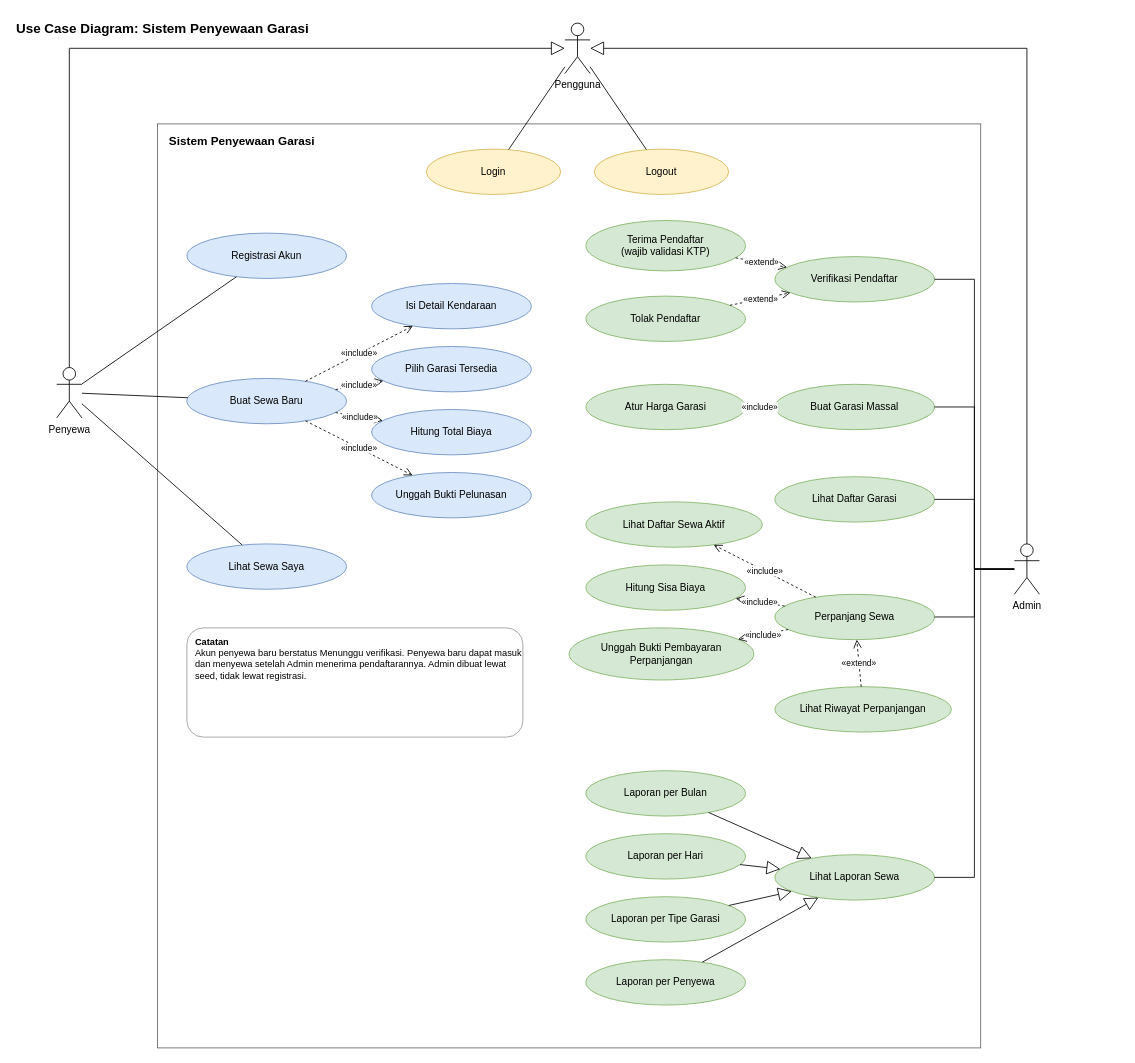
Above: docs/diagram/use-case.drawio in inikenliii/LSP_KenleyJonathan (draw.io), before the change. Source tidied: cells renumbered, new cells numbered last; positions are measured from the earlier drawing's top-left corner, leaving out a move shared by most shapes. Both pictures are drawn from the tidied source at 84%, with x=0, y=0 at pixel (14, 14).
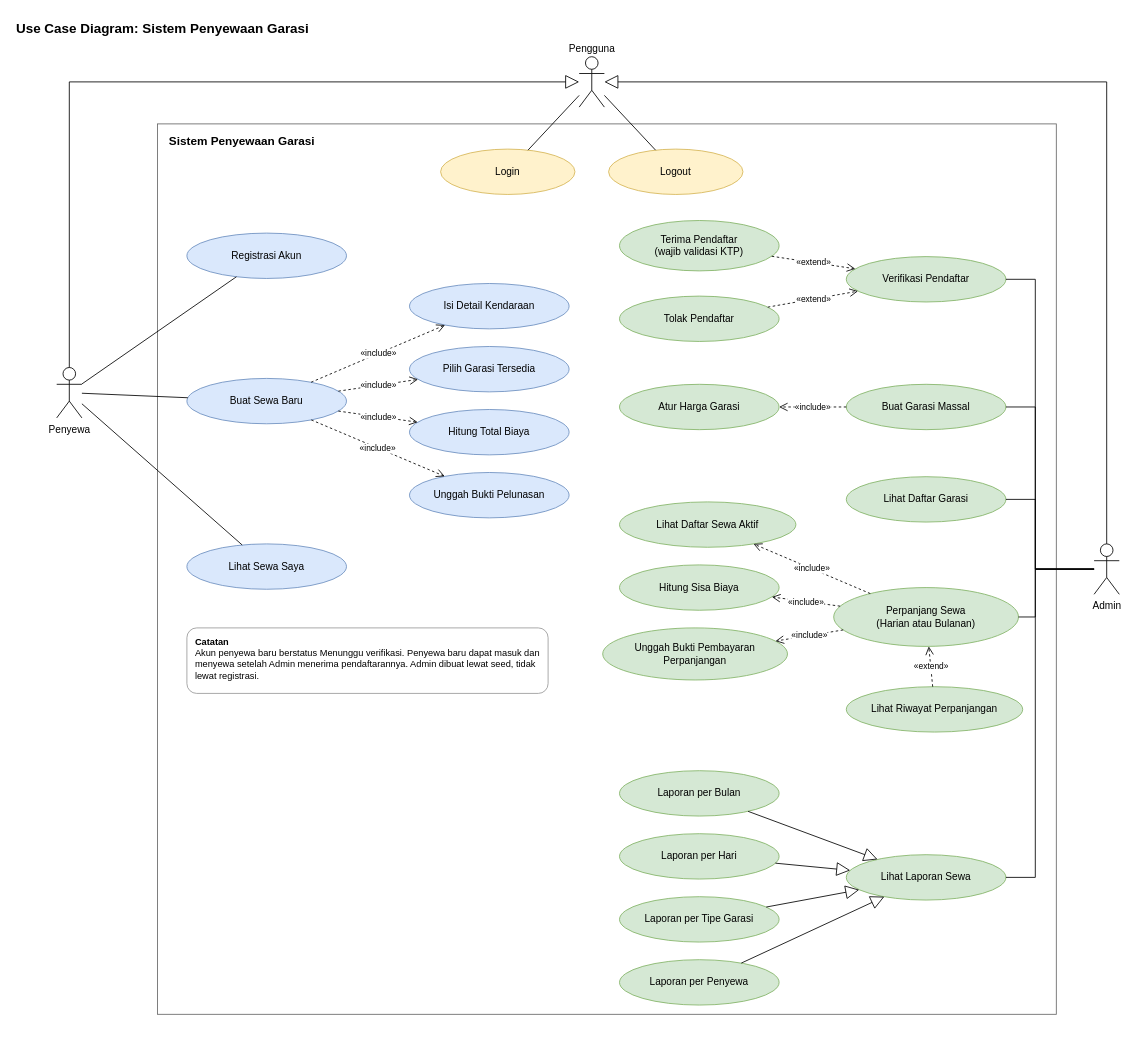
Above is the later version.

Unchanged cells that the change refers to:
```xml
<mxCell id="10" value="Buat Sewa Baru" style="ellipse;whiteSpace=wrap;html=1;fillColor=#dae8fc;strokeColor=#6c8ebf;fontSize=12;" parent="1" vertex="1">
  <mxGeometry x="205" y="433" width="190" height="54" as="geometry" />
</mxCell>
```

What changed in the source:
```diff
@@
     <mxCell id="3" value="Sistem Penyewaan Garasi" style="rounded=0;whiteSpace=wrap;html=1;fillColor=none;strokeColor=#666666;verticalAlign=top;align=left;spacingLeft=12;spacingTop=6;fontStyle=1;fontSize=14;" parent="1" vertex="1">
-      <mxGeometry x="170" y="130" width="980" height="1100" as="geometry" />
+      <mxGeometry x="170" y="130" width="1070" height="1060" as="geometry" />
     </mxCell>
-    <mxCell id="4" value="Pengguna" style="shape=umlActor;verticalLabelPosition=bottom;verticalAlign=top;html=1;outlineConnect=0;fontSize=12;" parent="1" vertex="1">
-      <mxGeometry x="655" y="10" width="30" height="60" as="geometry" />
+    <mxCell id="4" value="Pengguna" style="shape=umlActor;verticalLabelPosition=top;verticalAlign=bottom;html=1;outlineConnect=0;fontSize=12;" parent="1" vertex="1">
+      <mxGeometry x="672" y="50" width="30" height="60" as="geometry" />
     </mxCell>
@@
     <mxCell id="6" value="Admin" style="shape=umlActor;verticalLabelPosition=bottom;verticalAlign=top;html=1;outlineConnect=0;fontSize=12;" parent="1" vertex="1">
-      <mxGeometry x="1190" y="630" width="30" height="60" as="geometry" />
+      <mxGeometry x="1285" y="630" width="30" height="60" as="geometry" />
     </mxCell>
     <mxCell id="7" value="Login" style="ellipse;whiteSpace=wrap;html=1;fillColor=#fff2cc;strokeColor=#d6b656;fontSize=12;" parent="1" vertex="1">
-      <mxGeometry x="490" y="160" width="160" height="54" as="geometry" />
+      <mxGeometry x="507" y="160" width="160" height="54" as="geometry" />
     </mxCell>
     <mxCell id="8" value="Logout" style="ellipse;whiteSpace=wrap;html=1;fillColor=#fff2cc;strokeColor=#d6b656;fontSize=12;" parent="1" vertex="1">
-      <mxGeometry x="690" y="160" width="160" height="54" as="geometry" />
+      <mxGeometry x="707" y="160" width="160" height="54" as="geometry" />
     </mxCell>
@@
     <mxCell id="11" value="Isi Detail Kendaraan" style="ellipse;whiteSpace=wrap;html=1;fillColor=#dae8fc;strokeColor=#6c8ebf;fontSize=12;" parent="1" vertex="1">
-      <mxGeometry x="425" y="320" width="190" height="54" as="geometry" />
+      <mxGeometry x="470" y="320" width="190" height="54" as="geometry" />
     </mxCell>
     <mxCell id="12" value="Pilih Garasi Tersedia" style="ellipse;whiteSpace=wrap;html=1;fillColor=#dae8fc;strokeColor=#6c8ebf;fontSize=12;" parent="1" vertex="1">
-      <mxGeometry x="425" y="395" width="190" height="54" as="geometry" />
+      <mxGeometry x="470" y="395" width="190" height="54" as="geometry" />
     </mxCell>
     <mxCell id="13" value="Hitung Total Biaya" style="ellipse;whiteSpace=wrap;html=1;fillColor=#dae8fc;strokeColor=#6c8ebf;fontSize=12;" parent="1" vertex="1">
-      <mxGeometry x="425" y="470" width="190" height="54" as="geometry" />
+      <mxGeometry x="470" y="470" width="190" height="54" as="geometry" />
     </mxCell>
     <mxCell id="14" value="Unggah Bukti Pelunasan" style="ellipse;whiteSpace=wrap;html=1;fillColor=#dae8fc;strokeColor=#6c8ebf;fontSize=12;" parent="1" vertex="1">
-      <mxGeometry x="425" y="545" width="190" height="54" as="geometry" />
+      <mxGeometry x="470" y="545" width="190" height="54" as="geometry" />
     </mxCell>
@@
     <mxCell id="16" value="Verifikasi Pendaftar" style="ellipse;whiteSpace=wrap;html=1;fillColor=#d5e8d4;strokeColor=#82b366;fontSize=12;" parent="1" vertex="1">
-      <mxGeometry x="905" y="288" width="190" height="54" as="geometry" />
+      <mxGeometry x="990" y="288" width="190" height="54" as="geometry" />
     </mxCell>
     <mxCell id="17" value="Terima Pendaftar&lt;br&gt;(wajib validasi KTP)" style="ellipse;whiteSpace=wrap;html=1;fillColor=#d5e8d4;strokeColor=#82b366;fontSize=12;" parent="1" vertex="1">
-      <mxGeometry x="680" y="245" width="190" height="60" as="geometry" />
+      <mxGeometry x="720" y="245" width="190" height="60" as="geometry" />
     </mxCell>
     <mxCell id="18" value="Tolak Pendaftar" style="ellipse;whiteSpace=wrap;html=1;fillColor=#d5e8d4;strokeColor=#82b366;fontSize=12;" parent="1" vertex="1">
-      <mxGeometry x="680" y="335" width="190" height="54" as="geometry" />
+      <mxGeometry x="720" y="335" width="190" height="54" as="geometry" />
     </mxCell>
     <mxCell id="19" value="Buat Garasi Massal" style="ellipse;whiteSpace=wrap;html=1;fillColor=#d5e8d4;strokeColor=#82b366;fontSize=12;" parent="1" vertex="1">
-      <mxGeometry x="905" y="440" width="190" height="54" as="geometry" />
+      <mxGeometry x="990" y="440" width="190" height="54" as="geometry" />
     </mxCell>
     <mxCell id="20" value="Atur Harga Garasi" style="ellipse;whiteSpace=wrap;html=1;fillColor=#d5e8d4;strokeColor=#82b366;fontSize=12;" parent="1" vertex="1">
-      <mxGeometry x="680" y="440" width="190" height="54" as="geometry" />
+      <mxGeometry x="720" y="440" width="190" height="54" as="geometry" />
     </mxCell>
     <mxCell id="21" value="Lihat Daftar Garasi" style="ellipse;whiteSpace=wrap;html=1;fillColor=#d5e8d4;strokeColor=#82b366;fontSize=12;" parent="1" vertex="1">
-      <mxGeometry x="905" y="550" width="190" height="54" as="geometry" />
+      <mxGeometry x="990" y="550" width="190" height="54" as="geometry" />
     </mxCell>
-    <mxCell id="22" value="Perpanjang Sewa" style="ellipse;whiteSpace=wrap;html=1;fillColor=#d5e8d4;strokeColor=#82b366;fontSize=12;" parent="1" vertex="1">
-      <mxGeometry x="905" y="690" width="190" height="54" as="geometry" />
+    <mxCell id="22" value="Perpanjang Sewa&lt;br&gt;(Harian atau Bulanan)" style="ellipse;whiteSpace=wrap;html=1;fillColor=#d5e8d4;strokeColor=#82b366;fontSize=12;" parent="1" vertex="1">
+      <mxGeometry x="975" y="682" width="220" height="70" as="geometry" />
     </mxCell>
     <mxCell id="23" value="Lihat Daftar Sewa Aktif" style="ellipse;whiteSpace=wrap;html=1;fillColor=#d5e8d4;strokeColor=#82b366;fontSize=12;" parent="1" vertex="1">
-      <mxGeometry x="680" y="580" width="210" height="54" as="geometry" />
+      <mxGeometry x="720" y="580" width="210" height="54" as="geometry" />
     </mxCell>
     <mxCell id="24" value="Hitung Sisa Biaya" style="ellipse;whiteSpace=wrap;html=1;fillColor=#d5e8d4;strokeColor=#82b366;fontSize=12;" parent="1" vertex="1">
-      <mxGeometry x="680" y="655" width="190" height="54" as="geometry" />
+      <mxGeometry x="720" y="655" width="190" height="54" as="geometry" />
     </mxCell>
     <mxCell id="25" value="Unggah Bukti Pembayaran Perpanjangan" style="ellipse;whiteSpace=wrap;html=1;fillColor=#d5e8d4;strokeColor=#82b366;fontSize=12;" parent="1" vertex="1">
-      <mxGeometry x="660" y="730" width="220" height="62" as="geometry" />
+      <mxGeometry x="700" y="730" width="220" height="62" as="geometry" />
     </mxCell>
     <mxCell id="26" value="Lihat Riwayat Perpanjangan" style="ellipse;whiteSpace=wrap;html=1;fillColor=#d5e8d4;strokeColor=#82b366;fontSize=12;" parent="1" vertex="1">
-      <mxGeometry x="905" y="800" width="210" height="54" as="geometry" />
+      <mxGeometry x="990" y="800" width="210" height="54" as="geometry" />
     </mxCell>
     <mxCell id="27" value="Lihat Laporan Sewa" style="ellipse;whiteSpace=wrap;html=1;fillColor=#d5e8d4;strokeColor=#82b366;fontSize=12;" parent="1" vertex="1">
-      <mxGeometry x="905" y="1000" width="190" height="54" as="geometry" />
+      <mxGeometry x="990" y="1000" width="190" height="54" as="geometry" />
     </mxCell>
     <mxCell id="28" value="Laporan per Bulan" style="ellipse;whiteSpace=wrap;html=1;fillColor=#d5e8d4;strokeColor=#82b366;fontSize=12;" parent="1" vertex="1">
-      <mxGeometry x="680" y="900" width="190" height="54" as="geometry" />
+      <mxGeometry x="720" y="900" width="190" height="54" as="geometry" />
     </mxCell>
     <mxCell id="29" value="Laporan per Hari" style="ellipse;whiteSpace=wrap;html=1;fillColor=#d5e8d4;strokeColor=#82b366;fontSize=12;" parent="1" vertex="1">
-      <mxGeometry x="680" y="975" width="190" height="54" as="geometry" />
+      <mxGeometry x="720" y="975" width="190" height="54" as="geometry" />
     </mxCell>
     <mxCell id="30" value="Laporan per Tipe Garasi" style="ellipse;whiteSpace=wrap;html=1;fillColor=#d5e8d4;strokeColor=#82b366;fontSize=12;" parent="1" vertex="1">
-      <mxGeometry x="680" y="1050" width="190" height="54" as="geometry" />
+      <mxGeometry x="720" y="1050" width="190" height="54" as="geometry" />
     </mxCell>
     <mxCell id="31" value="Laporan per Penyewa" style="ellipse;whiteSpace=wrap;html=1;fillColor=#d5e8d4;strokeColor=#82b366;fontSize=12;" parent="1" vertex="1">
-      <mxGeometry x="680" y="1125" width="190" height="54" as="geometry" />
+      <mxGeometry x="720" y="1125" width="190" height="54" as="geometry" />
     </mxCell>
@@
-    <mxCell id="39" value="«include»" style="endArrow=open;endSize=8;dashed=1;html=1;rounded=0;fontSize=10;" parent="1" edge="1" source="10" target="11">
+    <mxCell id="39" value="«include»" style="endArrow=open;endSize=8;dashed=1;html=1;rounded=0;fontSize=10;labelBackgroundColor=#ffffff;" parent="1" edge="1" source="10" target="11">
       <mxGeometry relative="1" as="geometry" />
     </mxCell>
-    <mxCell id="40" value="«include»" style="endArrow=open;endSize=8;dashed=1;html=1;rounded=0;fontSize=10;" parent="1" edge="1" source="10" target="12">
+    <mxCell id="40" value="«include»" style="endArrow=open;endSize=8;dashed=1;html=1;rounded=0;fontSize=10;labelBackgroundColor=#ffffff;" parent="1" edge="1" source="10" target="12">
       <mxGeometry relative="1" as="geometry" />
     </mxCell>
-    <mxCell id="41" value="«include»" style="endArrow=open;endSize=8;dashed=1;html=1;rounded=0;fontSize=10;" parent="1" edge="1" source="10" target="13">
+    <mxCell id="41" value="«include»" style="endArrow=open;endSize=8;dashed=1;html=1;rounded=0;fontSize=10;labelBackgroundColor=#ffffff;" parent="1" edge="1" source="10" target="13">
       <mxGeometry relative="1" as="geometry" />
     </mxCell>
-    <mxCell id="42" value="«include»" style="endArrow=open;endSize=8;dashed=1;html=1;rounded=0;fontSize=10;" parent="1" edge="1" source="10" target="14">
+    <mxCell id="42" value="«include»" style="endArrow=open;endSize=8;dashed=1;html=1;rounded=0;fontSize=10;labelBackgroundColor=#ffffff;" parent="1" edge="1" source="10" target="14">
       <mxGeometry relative="1" as="geometry" />
     </mxCell>
     <mxCell id="43" style="endArrow=none;html=1;rounded=0;edgeStyle=orthogonalEdgeStyle;exitX=0;exitY=0.5;exitDx=0;exitDy=0;entryX=1;entryY=0.5;entryDx=0;entryDy=0;" parent="1" edge="1" source="6" target="16">
-      <mxGeometry relative="1" as="geometry" />
+      <mxGeometry relative="1" as="geometry">
+        <Array as="points">
+          <mxPoint x="1215" y="315" />
+        </Array>
+      </mxGeometry>
     </mxCell>
     <mxCell id="44" style="endArrow=none;html=1;rounded=0;edgeStyle=orthogonalEdgeStyle;exitX=0;exitY=0.5;exitDx=0;exitDy=0;entryX=1;entryY=0.5;entryDx=0;entryDy=0;" parent="1" edge="1" source="6" target="19">
-      <mxGeometry relative="1" as="geometry" />
+      <mxGeometry relative="1" as="geometry">
+        <Array as="points">
+          <mxPoint x="1215" y="467" />
+        </Array>
+      </mxGeometry>
     </mxCell>
     <mxCell id="45" style="endArrow=none;html=1;rounded=0;edgeStyle=orthogonalEdgeStyle;exitX=0;exitY=0.5;exitDx=0;exitDy=0;entryX=1;entryY=0.5;entryDx=0;entryDy=0;" parent="1" edge="1" source="6" target="21">
-      <mxGeometry relative="1" as="geometry" />
+      <mxGeometry relative="1" as="geometry">
+        <Array as="points">
+          <mxPoint x="1215" y="577" />
+        </Array>
+      </mxGeometry>
     </mxCell>
     <mxCell id="46" style="endArrow=none;html=1;rounded=0;edgeStyle=orthogonalEdgeStyle;exitX=0;exitY=0.5;exitDx=0;exitDy=0;entryX=1;entryY=0.5;entryDx=0;entryDy=0;" parent="1" edge="1" source="6" target="22">
-      <mxGeometry relative="1" as="geometry" />
+      <mxGeometry relative="1" as="geometry">
+        <Array as="points">
+          <mxPoint x="1215" y="717" />
+        </Array>
+      </mxGeometry>
     </mxCell>
     <mxCell id="47" style="endArrow=none;html=1;rounded=0;edgeStyle=orthogonalEdgeStyle;exitX=0;exitY=0.5;exitDx=0;exitDy=0;entryX=1;entryY=0.5;entryDx=0;entryDy=0;" parent="1" edge="1" source="6" target="27">
-      <mxGeometry relative="1" as="geometry" />
+      <mxGeometry relative="1" as="geometry">
+        <Array as="points">
+          <mxPoint x="1215" y="1027" />
+        </Array>
+      </mxGeometry>
     </mxCell>
-    <mxCell id="48" value="«extend»" style="endArrow=open;endSize=8;dashed=1;html=1;rounded=0;fontSize=10;" parent="1" edge="1" source="17" target="16">
+    <mxCell id="48" value="«extend»" style="endArrow=open;endSize=8;dashed=1;html=1;rounded=0;fontSize=10;labelBackgroundColor=#ffffff;" parent="1" edge="1" source="17" target="16">
       <mxGeometry relative="1" as="geometry" />
     </mxCell>
-    <mxCell id="49" value="«extend»" style="endArrow=open;endSize=8;dashed=1;html=1;rounded=0;fontSize=10;" parent="1" edge="1" source="18" target="16">
+    <mxCell id="49" value="«extend»" style="endArrow=open;endSize=8;dashed=1;html=1;rounded=0;fontSize=10;labelBackgroundColor=#ffffff;" parent="1" edge="1" source="18" target="16">
       <mxGeometry relative="1" as="geometry" />
     </mxCell>
-    <mxCell id="50" value="«include»" style="endArrow=open;endSize=8;dashed=1;html=1;rounded=0;fontSize=10;" parent="1" edge="1" source="19" target="20">
+    <mxCell id="50" value="«include»" style="endArrow=open;endSize=8;dashed=1;html=1;rounded=0;fontSize=10;labelBackgroundColor=#ffffff;" parent="1" edge="1" source="19" target="20">
       <mxGeometry relative="1" as="geometry" />
     </mxCell>
-    <mxCell id="51" value="«include»" style="endArrow=open;endSize=8;dashed=1;html=1;rounded=0;fontSize=10;" parent="1" edge="1" source="22" target="23">
+    <mxCell id="51" value="«include»" style="endArrow=open;endSize=8;dashed=1;html=1;rounded=0;fontSize=10;labelBackgroundColor=#ffffff;" parent="1" edge="1" source="22" target="23">
       <mxGeometry relative="1" as="geometry" />
     </mxCell>
-    <mxCell id="52" value="«include»" style="endArrow=open;endSize=8;dashed=1;html=1;rounded=0;fontSize=10;" parent="1" edge="1" source="22" target="24">
+    <mxCell id="52" value="«include»" style="endArrow=open;endSize=8;dashed=1;html=1;rounded=0;fontSize=10;labelBackgroundColor=#ffffff;" parent="1" edge="1" source="22" target="24">
       <mxGeometry relative="1" as="geometry" />
     </mxCell>
-    <mxCell id="53" value="«include»" style="endArrow=open;endSize=8;dashed=1;html=1;rounded=0;fontSize=10;" parent="1" edge="1" source="22" target="25">
+    <mxCell id="53" value="«include»" style="endArrow=open;endSize=8;dashed=1;html=1;rounded=0;fontSize=10;labelBackgroundColor=#ffffff;" parent="1" edge="1" source="22" target="25">
       <mxGeometry relative="1" as="geometry" />
     </mxCell>
-    <mxCell id="54" value="«extend»" style="endArrow=open;endSize=8;dashed=1;html=1;rounded=0;fontSize=10;" parent="1" edge="1" source="26" target="22">
+    <mxCell id="54" value="«extend»" style="endArrow=open;endSize=8;dashed=1;html=1;rounded=0;fontSize=10;labelBackgroundColor=#ffffff;" parent="1" edge="1" source="26" target="22">
       <mxGeometry relative="1" as="geometry" />
     </mxCell>
@@
-    <mxCell id="59" value="&lt;b&gt;Catatan&lt;/b&gt;&lt;br&gt;Akun penyewa baru berstatus Menunggu verifikasi. Penyewa baru dapat masuk dan menyewa setelah Admin menerima pendaftarannya. Admin dibuat lewat seed, tidak lewat registrasi." style="rounded=1;whiteSpace=wrap;html=1;align=left;verticalAlign=top;spacingLeft=8;spacingTop=4;fillColor=#ffffff;strokeColor=#999999;fontSize=11;" parent="1" vertex="1">
-      <mxGeometry x="205" y="730" width="400" height="130" as="geometry" />
+    <mxCell id="59" value="&lt;b&gt;Catatan&lt;/b&gt;&lt;br&gt;Akun penyewa baru berstatus Menunggu verifikasi. Penyewa baru dapat masuk dan menyewa setelah Admin menerima pendaftarannya. Admin dibuat lewat seed, tidak lewat registrasi." style="rounded=1;whiteSpace=wrap;html=1;align=left;verticalAlign=top;spacingLeft=8;spacingTop=4;fillColor=#ffffff;strokeColor=#999999;fontSize=11;spacingRight=8;" parent="1" vertex="1">
+      <mxGeometry x="205" y="730" width="430" height="78" as="geometry" />
     </mxCell>
```
